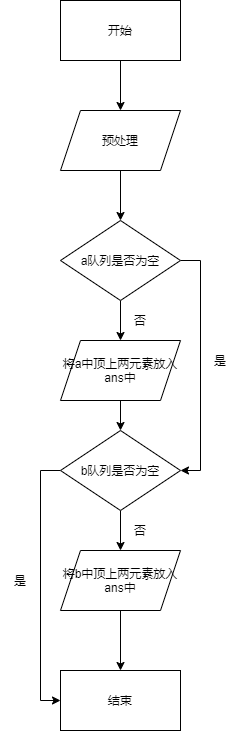
The draw.io diagram CourseDesignOfDataStructure/picture/p5/Bussiness.png in Shotray/Gaint, before a commit. Source tidied: cells renumbered, new cells last; positions are measured from the earlier drawing's top-left corner, leaving out a move shared by most shapes. Source of this version:
```xml
<mxGraphModel>
  <root>
    <mxCell id="0" />
    <mxCell id="1" parent="0" />
    <mxCell id="2" style="edgeStyle=orthogonalEdgeStyle;rounded=0;jettySize=auto;html=1;exitX=0.5;exitY=1;exitDx=0;exitDy=0;entryX=0.5;entryY=0;entryDx=0;entryDy=0;" parent="1" edge="1" source="3" target="10">
      <mxGeometry relative="1" as="geometry" />
    </mxCell>
    <mxCell id="3" value="开始" style="rounded=0;whiteSpace=wrap;html=1;" parent="1" vertex="1">
      <mxGeometry x="60" width="120" height="60" as="geometry" />
    </mxCell>
    <mxCell id="4" style="edgeStyle=orthogonalEdgeStyle;rounded=0;jettySize=auto;html=1;exitX=0.5;exitY=1;exitDx=0;exitDy=0;entryX=0.5;entryY=0;entryDx=0;entryDy=0;" parent="1" edge="1" source="6" target="8">
      <mxGeometry relative="1" as="geometry" />
    </mxCell>
    <mxCell id="5" style="edgeStyle=orthogonalEdgeStyle;rounded=0;jettySize=auto;html=1;exitX=1;exitY=0.5;exitDx=0;exitDy=0;entryX=1;entryY=0.5;entryDx=0;entryDy=0;" parent="1" edge="1" source="6" target="13">
      <mxGeometry relative="1" as="geometry" />
    </mxCell>
    <mxCell id="6" value="a队列是否为空" style="rhombus;whiteSpace=wrap;html=1;" parent="1" vertex="1">
      <mxGeometry x="60" y="220" width="120" height="80" as="geometry" />
    </mxCell>
    <mxCell id="7" style="edgeStyle=orthogonalEdgeStyle;rounded=0;jettySize=auto;html=1;exitX=0.5;exitY=1;exitDx=0;exitDy=0;entryX=0.5;entryY=0;entryDx=0;entryDy=0;" parent="1" edge="1" source="8" target="13">
      <mxGeometry relative="1" as="geometry" />
    </mxCell>
    <mxCell id="8" value="将a中顶上两元素放入ans中" style="shape=parallelogram;perimeter=parallelogramPerimeter;whiteSpace=wrap;html=1;fixedSize=1;" parent="1" vertex="1">
      <mxGeometry x="60" y="340" width="120" height="60" as="geometry" />
    </mxCell>
    <mxCell id="9" style="edgeStyle=orthogonalEdgeStyle;rounded=0;jettySize=auto;html=1;" parent="1" edge="1" source="10" target="6">
      <mxGeometry relative="1" as="geometry" />
    </mxCell>
    <mxCell id="10" value="预处理" style="shape=parallelogram;perimeter=parallelogramPerimeter;whiteSpace=wrap;html=1;fixedSize=1;" parent="1" vertex="1">
      <mxGeometry x="60" y="110" width="120" height="60" as="geometry" />
    </mxCell>
    <mxCell id="11" style="edgeStyle=orthogonalEdgeStyle;rounded=0;jettySize=auto;html=1;exitX=0.5;exitY=1;exitDx=0;exitDy=0;entryX=0.5;entryY=0;entryDx=0;entryDy=0;" parent="1" edge="1" source="13" target="15">
      <mxGeometry relative="1" as="geometry" />
    </mxCell>
    <mxCell id="12" style="edgeStyle=orthogonalEdgeStyle;rounded=0;jettySize=auto;html=1;exitX=0;exitY=0.5;exitDx=0;exitDy=0;entryX=0;entryY=0.5;entryDx=0;entryDy=0;" parent="1" edge="1" source="13" target="16">
      <mxGeometry relative="1" as="geometry" />
    </mxCell>
    <mxCell id="13" value="b队列是否为空" style="rhombus;whiteSpace=wrap;html=1;" parent="1" vertex="1">
      <mxGeometry x="60" y="430" width="120" height="80" as="geometry" />
    </mxCell>
    <mxCell id="14" style="edgeStyle=orthogonalEdgeStyle;rounded=0;jettySize=auto;html=1;exitX=0.5;exitY=1;exitDx=0;exitDy=0;entryX=0.5;entryY=0;entryDx=0;entryDy=0;" parent="1" edge="1" source="15" target="16">
      <mxGeometry relative="1" as="geometry" />
    </mxCell>
    <mxCell id="15" value="将b中顶上两元素放入ans中" style="shape=parallelogram;perimeter=parallelogramPerimeter;whiteSpace=wrap;html=1;fixedSize=1;" parent="1" vertex="1">
      <mxGeometry x="60" y="550" width="120" height="60" as="geometry" />
    </mxCell>
    <mxCell id="16" value="结束" style="rounded=0;whiteSpace=wrap;html=1;" parent="1" vertex="1">
      <mxGeometry x="60" y="670" width="120" height="60" as="geometry" />
    </mxCell>
    <mxCell id="17" value="否" style="text;html=1;strokeColor=none;fillColor=none;align=center;verticalAlign=middle;whiteSpace=wrap;rounded=0;" parent="1" vertex="1">
      <mxGeometry x="120" y="310" width="40" height="20" as="geometry" />
    </mxCell>
    <mxCell id="18" value="否" style="text;html=1;strokeColor=none;fillColor=none;align=center;verticalAlign=middle;whiteSpace=wrap;rounded=0;" parent="1" vertex="1">
      <mxGeometry x="120" y="520" width="40" height="20" as="geometry" />
    </mxCell>
    <mxCell id="19" value="是" style="text;html=1;strokeColor=none;fillColor=none;align=center;verticalAlign=middle;whiteSpace=wrap;rounded=0;" parent="1" vertex="1">
      <mxGeometry x="200" y="350" width="40" height="20" as="geometry" />
    </mxCell>
    <mxCell id="20" value="是" style="text;html=1;strokeColor=none;fillColor=none;align=center;verticalAlign=middle;whiteSpace=wrap;rounded=0;" parent="1" vertex="1">
      <mxGeometry y="570" width="40" height="20" as="geometry" />
    </mxCell>
  </root>
</mxGraphModel>
```
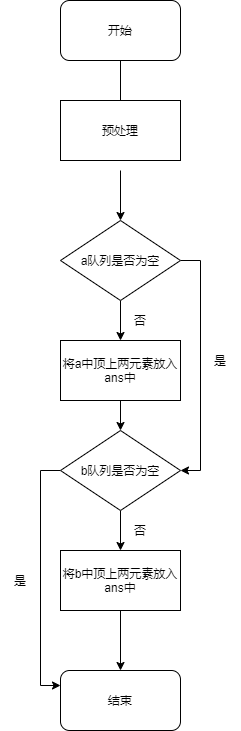
Later version of the same file.

Change to the diagram source:
```diff
@@ -2,14 +2,16 @@
   <root>
     <mxCell id="0" />
     <mxCell id="1" parent="0" />
-    <mxCell id="2" style="edgeStyle=orthogonalEdgeStyle;rounded=0;jettySize=auto;html=1;exitX=0.5;exitY=1;exitDx=0;exitDy=0;entryX=0.5;entryY=0;entryDx=0;entryDy=0;" parent="1" edge="1" source="3" target="10">
-      <mxGeometry relative="1" as="geometry" />
+    <mxCell id="2" style="edgeStyle=orthogonalEdgeStyle;rounded=0;orthogonalLoop=1;jettySize=auto;html=1;exitX=0.5;exitY=1;exitDx=0;exitDy=0;entryX=0.5;entryY=0;entryDx=0;entryDy=0;" parent="1" edge="1">
+      <mxGeometry relative="1" as="geometry">
+        <mxPoint x="120" y="60" as="sourcePoint" />
+        <mxPoint x="120" y="110" as="targetPoint" />
+      </mxGeometry>
     </mxCell>
-    <mxCell id="3" value="开始" style="rounded=0;whiteSpace=wrap;html=1;" parent="1" vertex="1">
-      <mxGeometry x="60" width="120" height="60" as="geometry" />
-    </mxCell>
-    <mxCell id="4" style="edgeStyle=orthogonalEdgeStyle;rounded=0;jettySize=auto;html=1;exitX=0.5;exitY=1;exitDx=0;exitDy=0;entryX=0.5;entryY=0;entryDx=0;entryDy=0;" parent="1" edge="1" source="6" target="8">
-      <mxGeometry relative="1" as="geometry" />
+    <mxCell id="4" style="edgeStyle=orthogonalEdgeStyle;rounded=0;jettySize=auto;html=1;exitX=0.5;exitY=1;exitDx=0;exitDy=0;entryX=0.5;entryY=0;entryDx=0;entryDy=0;" parent="1" edge="1" source="6">
+      <mxGeometry relative="1" as="geometry">
+        <mxPoint x="120" y="340" as="targetPoint" />
+      </mxGeometry>
     </mxCell>
     <mxCell id="5" style="edgeStyle=orthogonalEdgeStyle;rounded=0;jettySize=auto;html=1;exitX=1;exitY=0.5;exitDx=0;exitDy=0;entryX=1;entryY=0.5;entryDx=0;entryDy=0;" parent="1" edge="1" source="6" target="13">
       <mxGeometry relative="1" as="geometry" />
@@ -17,36 +19,33 @@
     <mxCell id="6" value="a队列是否为空" style="rhombus;whiteSpace=wrap;html=1;" parent="1" vertex="1">
       <mxGeometry x="60" y="220" width="120" height="80" as="geometry" />
     </mxCell>
-    <mxCell id="7" style="edgeStyle=orthogonalEdgeStyle;rounded=0;jettySize=auto;html=1;exitX=0.5;exitY=1;exitDx=0;exitDy=0;entryX=0.5;entryY=0;entryDx=0;entryDy=0;" parent="1" edge="1" source="8" target="13">
-      <mxGeometry relative="1" as="geometry" />
+    <mxCell id="7" style="edgeStyle=orthogonalEdgeStyle;rounded=0;jettySize=auto;html=1;exitX=0.5;exitY=1;exitDx=0;exitDy=0;entryX=0.5;entryY=0;entryDx=0;entryDy=0;" parent="1" edge="1" target="13">
+      <mxGeometry relative="1" as="geometry">
+        <mxPoint x="120" y="400" as="sourcePoint" />
+      </mxGeometry>
     </mxCell>
-    <mxCell id="8" value="将a中顶上两元素放入ans中" style="shape=parallelogram;perimeter=parallelogramPerimeter;whiteSpace=wrap;html=1;fixedSize=1;" parent="1" vertex="1">
-      <mxGeometry x="60" y="340" width="120" height="60" as="geometry" />
-    </mxCell>
-    <mxCell id="9" style="edgeStyle=orthogonalEdgeStyle;rounded=0;jettySize=auto;html=1;" parent="1" edge="1" source="10" target="6">
-      <mxGeometry relative="1" as="geometry" />
+    <mxCell id="9" style="edgeStyle=orthogonalEdgeStyle;rounded=0;jettySize=auto;html=1;" parent="1" edge="1" target="6">
+      <mxGeometry relative="1" as="geometry">
+        <mxPoint x="120" y="170" as="sourcePoint" />
+      </mxGeometry>
     </mxCell>
-    <mxCell id="10" value="预处理" style="shape=parallelogram;perimeter=parallelogramPerimeter;whiteSpace=wrap;html=1;fixedSize=1;" parent="1" vertex="1">
-      <mxGeometry x="60" y="110" width="120" height="60" as="geometry" />
-    </mxCell>
-    <mxCell id="11" style="edgeStyle=orthogonalEdgeStyle;rounded=0;jettySize=auto;html=1;exitX=0.5;exitY=1;exitDx=0;exitDy=0;entryX=0.5;entryY=0;entryDx=0;entryDy=0;" parent="1" edge="1" source="13" target="15">
-      <mxGeometry relative="1" as="geometry" />
+    <mxCell id="11" style="edgeStyle=orthogonalEdgeStyle;rounded=0;jettySize=auto;html=1;exitX=0.5;exitY=1;exitDx=0;exitDy=0;entryX=0.5;entryY=0;entryDx=0;entryDy=0;" parent="1" edge="1" source="13">
+      <mxGeometry relative="1" as="geometry">
+        <mxPoint x="120" y="550" as="targetPoint" />
+      </mxGeometry>
     </mxCell>
-    <mxCell id="12" style="edgeStyle=orthogonalEdgeStyle;rounded=0;jettySize=auto;html=1;exitX=0;exitY=0.5;exitDx=0;exitDy=0;entryX=0;entryY=0.5;entryDx=0;entryDy=0;" parent="1" edge="1" source="13" target="16">
+    <mxCell id="12" style="edgeStyle=orthogonalEdgeStyle;rounded=0;jettySize=auto;html=1;exitX=0;exitY=0.5;exitDx=0;exitDy=0;entryX=0;entryY=0.25;entryDx=0;entryDy=0;" parent="1" edge="1" source="13" target="16">
       <mxGeometry relative="1" as="geometry" />
     </mxCell>
     <mxCell id="13" value="b队列是否为空" style="rhombus;whiteSpace=wrap;html=1;" parent="1" vertex="1">
       <mxGeometry x="60" y="430" width="120" height="80" as="geometry" />
     </mxCell>
-    <mxCell id="14" style="edgeStyle=orthogonalEdgeStyle;rounded=0;jettySize=auto;html=1;exitX=0.5;exitY=1;exitDx=0;exitDy=0;entryX=0.5;entryY=0;entryDx=0;entryDy=0;" parent="1" edge="1" source="15" target="16">
-      <mxGeometry relative="1" as="geometry" />
+    <mxCell id="14" style="edgeStyle=orthogonalEdgeStyle;rounded=0;orthogonalLoop=1;jettySize=auto;html=1;exitX=0.5;exitY=1;exitDx=0;exitDy=0;entryX=0.5;entryY=0;entryDx=0;entryDy=0;" parent="1" edge="1">
+      <mxGeometry relative="1" as="geometry">
+        <mxPoint x="120" y="610" as="sourcePoint" />
+        <mxPoint x="120" y="670" as="targetPoint" />
+      </mxGeometry>
     </mxCell>
-    <mxCell id="15" value="将b中顶上两元素放入ans中" style="shape=parallelogram;perimeter=parallelogramPerimeter;whiteSpace=wrap;html=1;fixedSize=1;" parent="1" vertex="1">
-      <mxGeometry x="60" y="550" width="120" height="60" as="geometry" />
-    </mxCell>
-    <mxCell id="16" value="结束" style="rounded=0;whiteSpace=wrap;html=1;" parent="1" vertex="1">
-      <mxGeometry x="60" y="670" width="120" height="60" as="geometry" />
-    </mxCell>
     <mxCell id="17" value="否" style="text;html=1;strokeColor=none;fillColor=none;align=center;verticalAlign=middle;whiteSpace=wrap;rounded=0;" parent="1" vertex="1">
       <mxGeometry x="120" y="310" width="40" height="20" as="geometry" />
     </mxCell>
@@ -59,5 +58,20 @@
     <mxCell id="20" value="是" style="text;html=1;strokeColor=none;fillColor=none;align=center;verticalAlign=middle;whiteSpace=wrap;rounded=0;" parent="1" vertex="1">
       <mxGeometry y="570" width="40" height="20" as="geometry" />
     </mxCell>
+    <mxCell id="10" value="预处理" style="rounded=0;whiteSpace=wrap;html=1;" parent="1" vertex="1">
+      <mxGeometry x="60" y="100" width="120" height="60" as="geometry" />
+    </mxCell>
+    <mxCell id="3" value="开始" style="rounded=1;whiteSpace=wrap;html=1;" parent="1" vertex="1">
+      <mxGeometry x="60" width="120" height="60" as="geometry" />
+    </mxCell>
+    <mxCell id="8" value="&lt;span&gt;将a中顶上两元素放入ans中&lt;/span&gt;" style="rounded=0;whiteSpace=wrap;html=1;" parent="1" vertex="1">
+      <mxGeometry x="60" y="340" width="120" height="60" as="geometry" />
+    </mxCell>
+    <mxCell id="15" value="&lt;span&gt;将b中顶上两元素放入ans中&lt;/span&gt;" style="rounded=0;whiteSpace=wrap;html=1;" parent="1" vertex="1">
+      <mxGeometry x="60" y="550" width="120" height="60" as="geometry" />
+    </mxCell>
+    <mxCell id="16" value="结束" style="rounded=1;whiteSpace=wrap;html=1;" parent="1" vertex="1">
+      <mxGeometry x="60" y="670" width="120" height="60" as="geometry" />
+    </mxCell>
   </root>
 </mxGraphModel>
```
